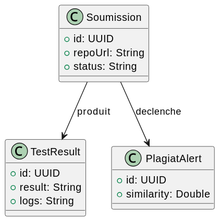
This is docs/Diagrams/Verification/ms5-verification-class.svg from reemslama/mini-projet-web, a PlantUML export, as it was before one commit. Source of this version:
```plantuml
@startuml
skinparam backgroundColor #FFFFFF
class Soumission {
  +id: UUID
  +repoUrl: String
  +status: String
}

class TestResult {
  +id: UUID
  +result: String
  +logs: String
}

class PlagiatAlert {
  +id: UUID
  +similarity: Double
}

Soumission --> TestResult : produit
Soumission --> PlagiatAlert : declenche
@enduml
```
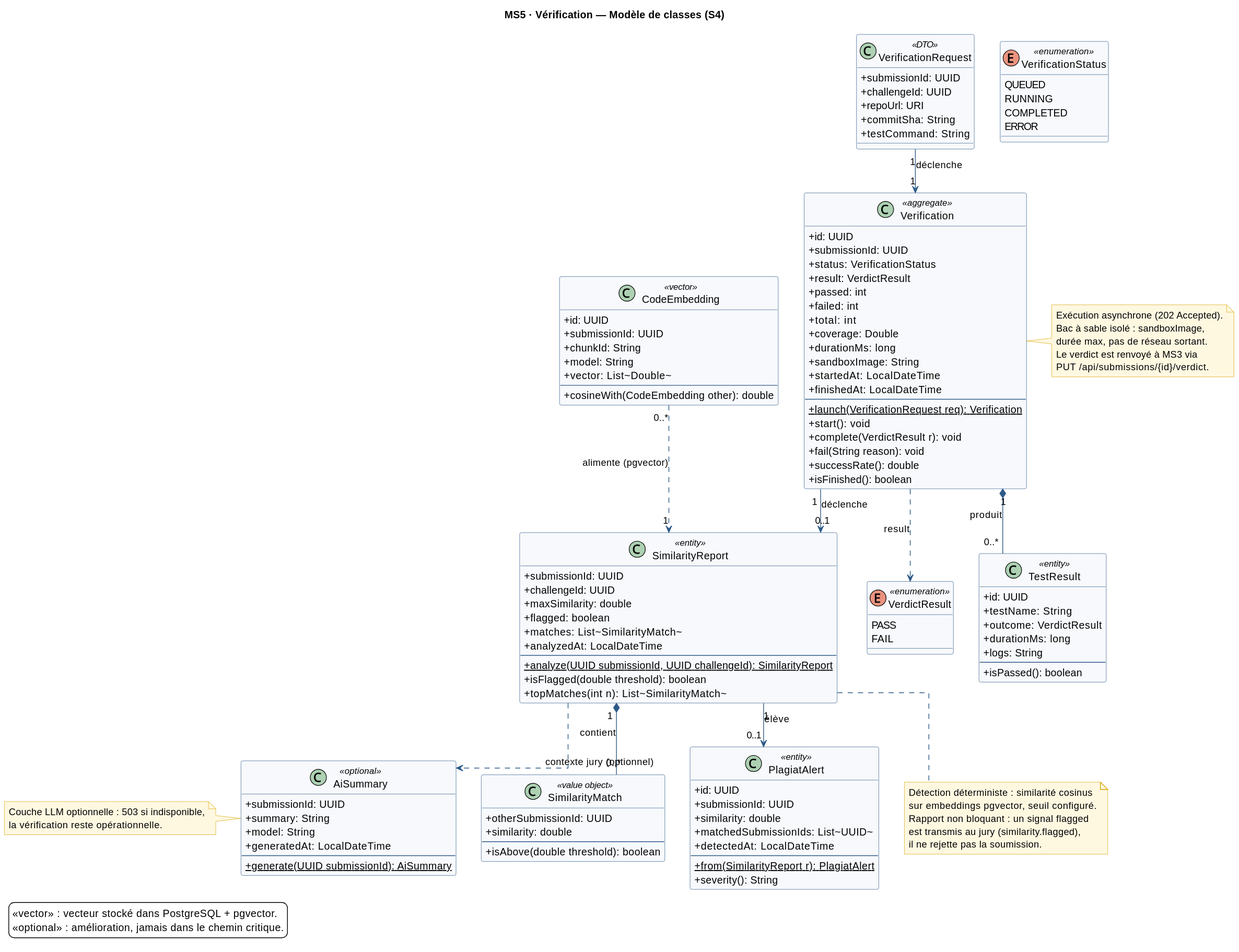
After the commit.

Change to the diagram source:
```diff
@@ -1,22 +1,152 @@
 @startuml
+title MS5 · Vérification — Modèle de classes (S4)
+
 skinparam backgroundColor #FFFFFF
-class Soumission {
-  +id: UUID
-  +repoUrl: String
-  +status: String
+skinparam classAttributeIconSize 0
+skinparam shadowing false
+skinparam linetype ortho
+skinparam ClassBackgroundColor #F7F9FC
+skinparam ClassBorderColor #2E5A88
+skinparam ArrowColor #2E5A88
+skinparam FontName Helvetica
+skinparam FontSize 12
+skinparam NoteBackgroundColor #FFF8E1
+skinparam NoteBorderColor #D9A400
+
+enum VerificationStatus <<enumeration>> {
+  QUEUED
+  RUNNING
+  COMPLETED
+  ERROR
 }
 
-class TestResult {
-  +id: UUID
-  +result: String
-  +logs: String
+enum VerdictResult <<enumeration>> {
+  PASS
+  FAIL
 }
 
-class PlagiatAlert {
-  +id: UUID
-  +similarity: Double
+class VerificationRequest <<DTO>> {
+  +submissionId: UUID
+  +challengeId: UUID
+  +repoUrl: URI
+  +commitSha: String
+  +testCommand: String
 }
 
-Soumission --> TestResult : produit
-Soumission --> PlagiatAlert : declenche
+class Verification <<aggregate>> {
+  +id: UUID
+  +submissionId: UUID
+  +status: VerificationStatus
+  +result: VerdictResult
+  +passed: int
+  +failed: int
+  +total: int
+  +coverage: Double
+  +durationMs: long
+  +sandboxImage: String
+  +startedAt: LocalDateTime
+  +finishedAt: LocalDateTime
+  --
+  +launch(VerificationRequest req): Verification {static}
+  +start(): void
+  +complete(VerdictResult r): void
+  +fail(String reason): void
+  +successRate(): double
+  +isFinished(): boolean
+}
+
+class TestResult <<entity>> {
+  +id: UUID
+  +testName: String
+  +outcome: VerdictResult
+  +durationMs: long
+  +logs: String
+  --
+  +isPassed(): boolean
+}
+
+class CodeEmbedding <<vector>> {
+  +id: UUID
+  +submissionId: UUID
+  +chunkId: String
+  +model: String
+  +vector: List~Double~
+  --
+  +cosineWith(CodeEmbedding other): double
+}
+
+class SimilarityMatch <<value object>> {
+  +otherSubmissionId: UUID
+  +similarity: double
+  --
+  +isAbove(double threshold): boolean
+}
+
+class SimilarityReport <<entity>> {
+  +submissionId: UUID
+  +challengeId: UUID
+  +maxSimilarity: double
+  +flagged: boolean
+  +matches: List~SimilarityMatch~
+  +analyzedAt: LocalDateTime
+  --
+  +analyze(UUID submissionId, UUID challengeId): SimilarityReport {static}
+  +isFlagged(double threshold): boolean
+  +topMatches(int n): List~SimilarityMatch~
+}
+
+class PlagiatAlert <<entity>> {
+  +id: UUID
+  +submissionId: UUID
+  +similarity: double
+  +matchedSubmissionIds: List~UUID~
+  +detectedAt: LocalDateTime
+  --
+  +from(SimilarityReport r): PlagiatAlert {static}
+  +severity(): String
+}
+
+class AiSummary <<optional>> {
+  +submissionId: UUID
+  +summary: String
+  +model: String
+  +generatedAt: LocalDateTime
+  --
+  +generate(UUID submissionId): AiSummary {static}
+}
+
+VerificationRequest "1" --> "1" Verification : déclenche
+Verification "1" *-- "0..*" TestResult : produit
+Verification "1" --> "0..1" SimilarityReport : déclenche
+CodeEmbedding "0..*" ..> "1" SimilarityReport : alimente (pgvector)
+SimilarityReport "1" *-- "0..*" SimilarityMatch : contient
+SimilarityReport "1" --> "0..1" PlagiatAlert : élève
+Verification ..> VerdictResult : result
+SimilarityReport ..> AiSummary : contexte jury (optionnel)
+
+note right of Verification
+  Exécution asynchrone (202 Accepted).
+  Bac à sable isolé : sandboxImage,
+  durée max, pas de réseau sortant.
+  Le verdict est renvoyé à MS3 via
+  PUT /api/submissions/{id}/verdict.
+end note
+
+note bottom of SimilarityReport
+  Détection déterministe : similarité cosinus
+  sur embeddings pgvector, seuil configuré.
+  Rapport non bloquant : un signal flagged
+  est transmis au jury (similarity.flagged),
+  il ne rejette pas la soumission.
+end note
+
+note left of AiSummary
+  Couche LLM optionnelle : 503 si indisponible,
+  la vérification reste opérationnelle.
+end note
+
+legend bottom left
+  <<vector>> : vecteur stocké dans PostgreSQL + pgvector.
+  <<optional>> : amélioration, jamais dans le chemin critique.
+end legend
 @enduml
```
